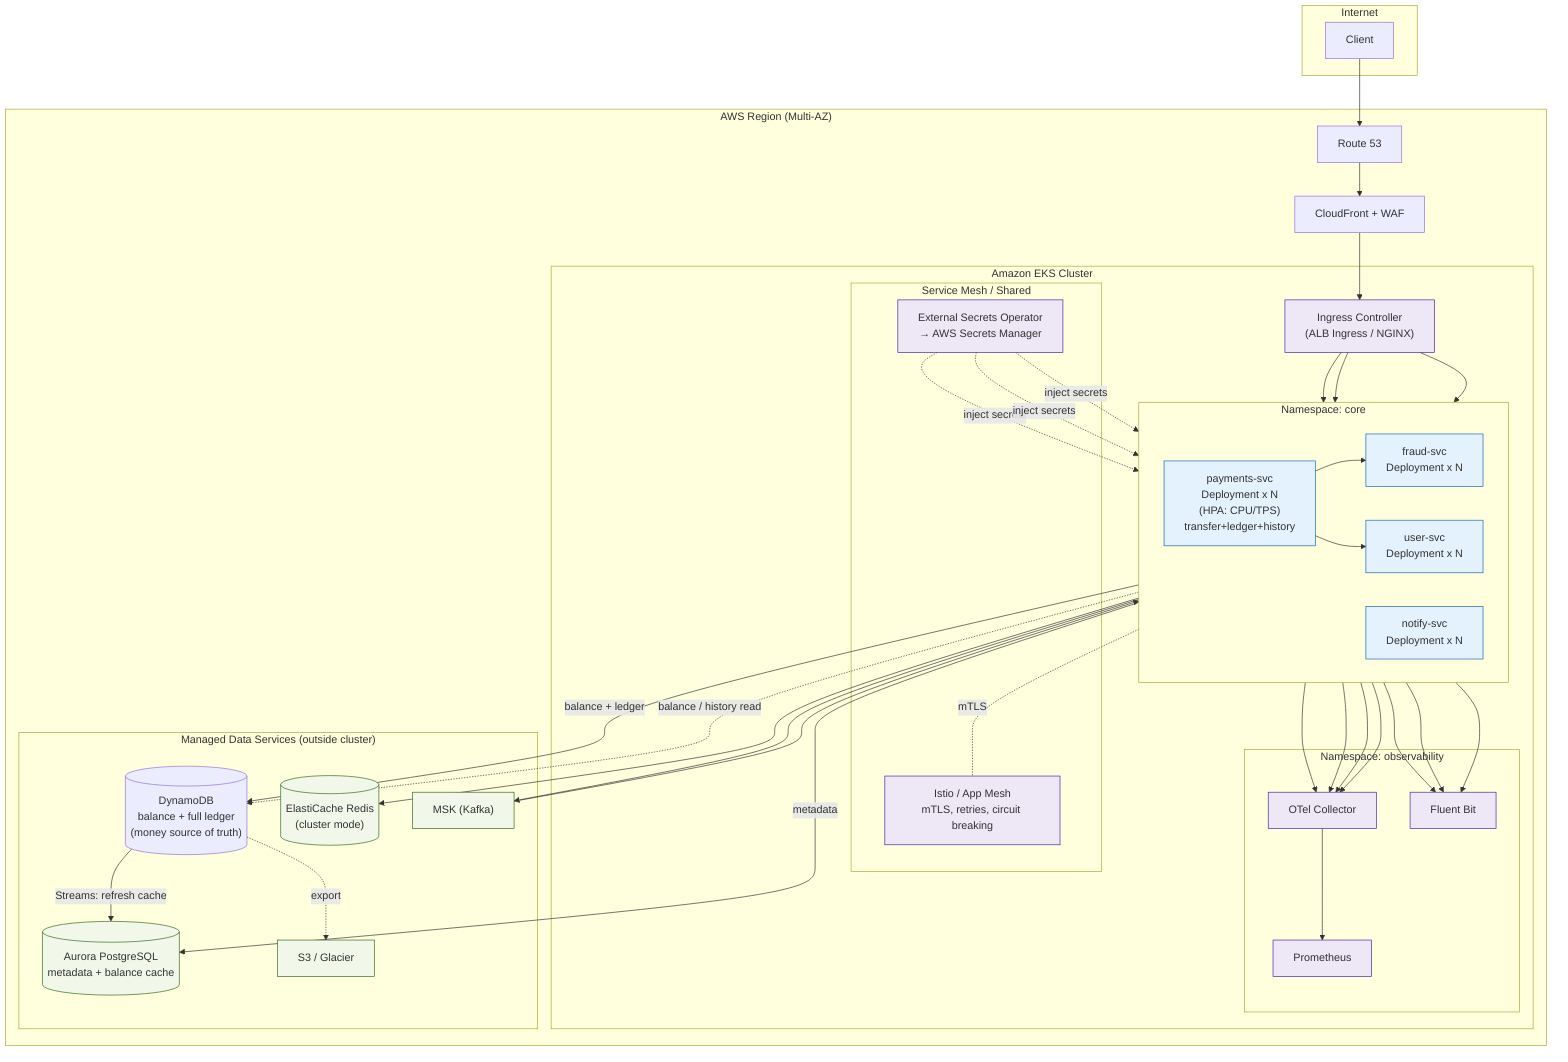
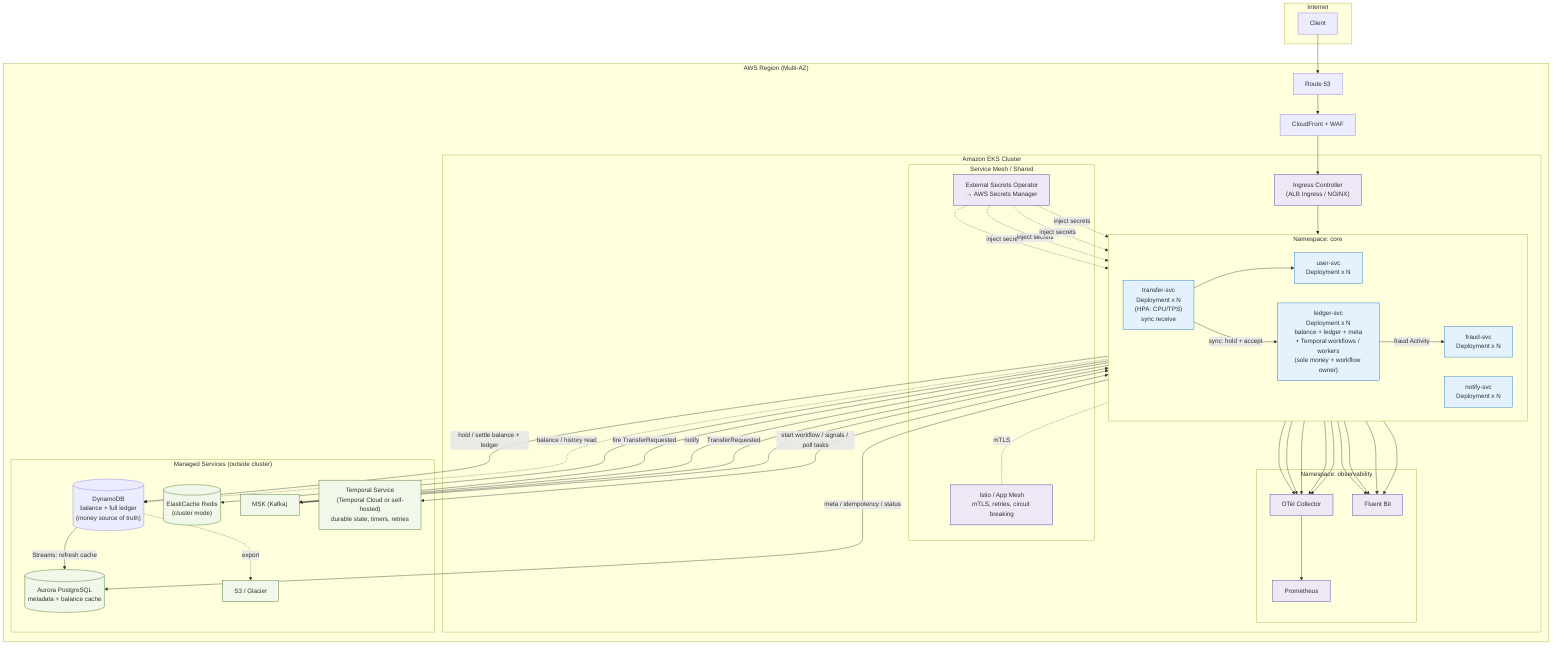
graph TB
    subgraph Internet["Internet"]
        U["Client"]
    end

    subgraph AWS["AWS Region (Multi-AZ)"]
        R53["Route 53"]
        WAFCF["CloudFront + WAF"]

        subgraph EKS["Amazon EKS Cluster"]
            ING["Ingress Controller<br/>(ALB Ingress / NGINX)"]

            subgraph NSCore["Namespace: core"]
                direction LR
-                 TPOD["payments-svc<br/>Deployment x N<br/>(HPA: CPU/TPS)<br/>transfer+ledger+history"]
+                 TPOD["transfer-svc<br/>Deployment x N<br/>(HPA: CPU/TPS)<br/>sync receive"]
+                 LPOD["ledger-svc<br/>Deployment x N<br/>balance + ledger + meta<br/>+ Temporal workflows / workers<br/>(sole money + workflow owner)"]
                FPOD["fraud-svc<br/>Deployment x N"]
                UPOD["user-svc<br/>Deployment x N"]
                NPOD["notify-svc<br/>Deployment x N"]
            end

            subgraph NSMesh["Service Mesh / Shared"]
                MESH["Istio / App Mesh<br/>mTLS, retries, circuit breaking"]
                ESO["External Secrets Operator<br/>→ AWS Secrets Manager"]
            end

            subgraph NSObs["Namespace: observability"]
                PROM["Prometheus"]
                OTEL["OTel Collector"]
                FLUENT["Fluent Bit"]
            end
        end

-         subgraph Managed["Managed Data Services (outside cluster)"]
+         subgraph Managed["Managed Services (outside cluster)"]
            DDB[("DynamoDB<br/>balance + full ledger<br/>(money source of truth)")]
            AURORA[("Aurora PostgreSQL<br/>metadata + balance cache")]
            REDIS[("ElastiCache Redis<br/>(cluster mode)")]
            MSK["MSK (Kafka)"]
+             TEMPORAL["Temporal Service<br/>(Temporal Cloud or self-hosted)<br/>durable state, timers, retries"]
            S3B["S3 / Glacier"]
        end
    end

    U --> R53 --> WAFCF --> ING
-     ING --> TPOD & FPOD & UPOD
+     ING --> TPOD
    TPOD -.mTLS.- MESH
-     TPOD -->|balance + ledger| DDB
-     TPOD -->|metadata| AURORA
+     TPOD --> UPOD
    TPOD --> REDIS
-     TPOD --> FPOD & UPOD
-     TPOD --> MSK
+     TPOD -->|sync: hold + accept| LPOD
+     TPOD -->|fire TransferRequested| MSK
+     LPOD -->|hold / settle balance + ledger| DDB
+     LPOD -->|meta / idempotency / status| AURORA
+     MSK -->|TransferRequested| LPOD
+     LPOD <-->|start workflow / signals / poll tasks| TEMPORAL
+     LPOD -->|fraud Activity| FPOD
+     LPOD -->|notify| MSK
    MSK --> NPOD
-     TPOD -.balance / history read.-> DDB
+     LPOD -.balance / history read.-> DDB
    DDB -->|Streams: refresh cache| AURORA
-     ESO -.inject secrets.-> TPOD & FPOD & UPOD
-     TPOD & FPOD & UPOD & NPOD --> OTEL
+     ESO -.inject secrets.-> TPOD & LPOD & FPOD & UPOD
+     TPOD & LPOD & FPOD & UPOD & NPOD --> OTEL
    OTEL --> PROM
-     TPOD & FPOD & UPOD --> FLUENT
+     TPOD & LPOD & FPOD & UPOD --> FLUENT
    DDB -.export.-> S3B

    classDef pod fill:#e3f2fd,stroke:#1565c0,stroke-width:1px;
    classDef infra fill:#ede7f6,stroke:#4527a0,stroke-width:1px;
    classDef data fill:#f1f8e9,stroke:#33691e,stroke-width:1px;
-     class TPOD,FPOD,UPOD,NPOD pod;
+     class TPOD,LPOD,FPOD,UPOD,NPOD pod;
    class MESH,ESO,PROM,OTEL,FLUENT,ING infra;
-     class AURORA,REDIS,MSK,S3B data;
+     class AURORA,REDIS,MSK,TEMPORAL,S3B data;
